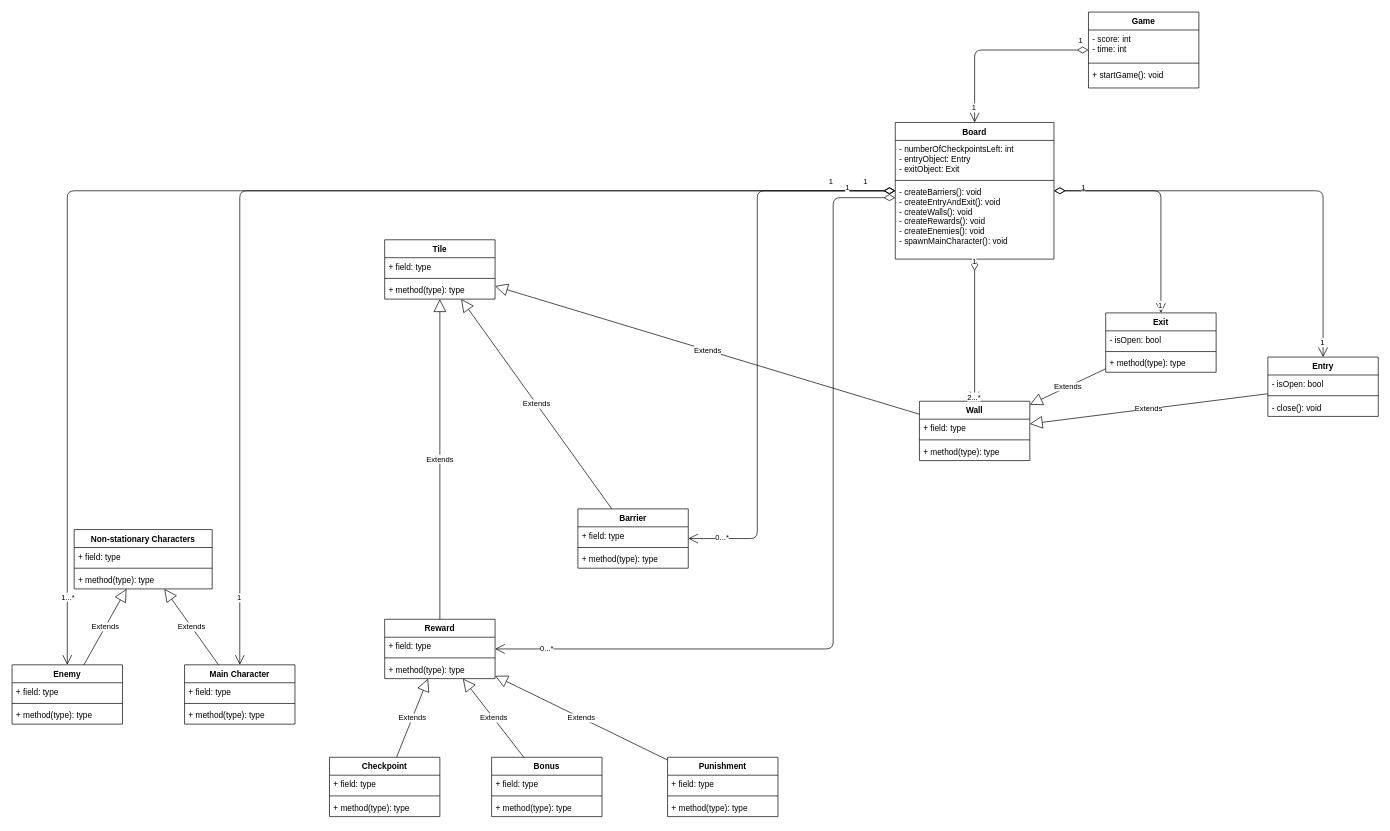
brendansaw/CMPT-276-Escape-From-Corona keeps this draw.io diagram as Design/UML Class Diagram.drawio. Above is the earlier version. Source tidied: cells renumbered, new cells numbered last; positions are measured from the earlier drawing's top-left corner, leaving out a move shared by most shapes. Both pictures are drawn from the tidied source at 69%, with x=0, y=0 at pixel (12, 12).
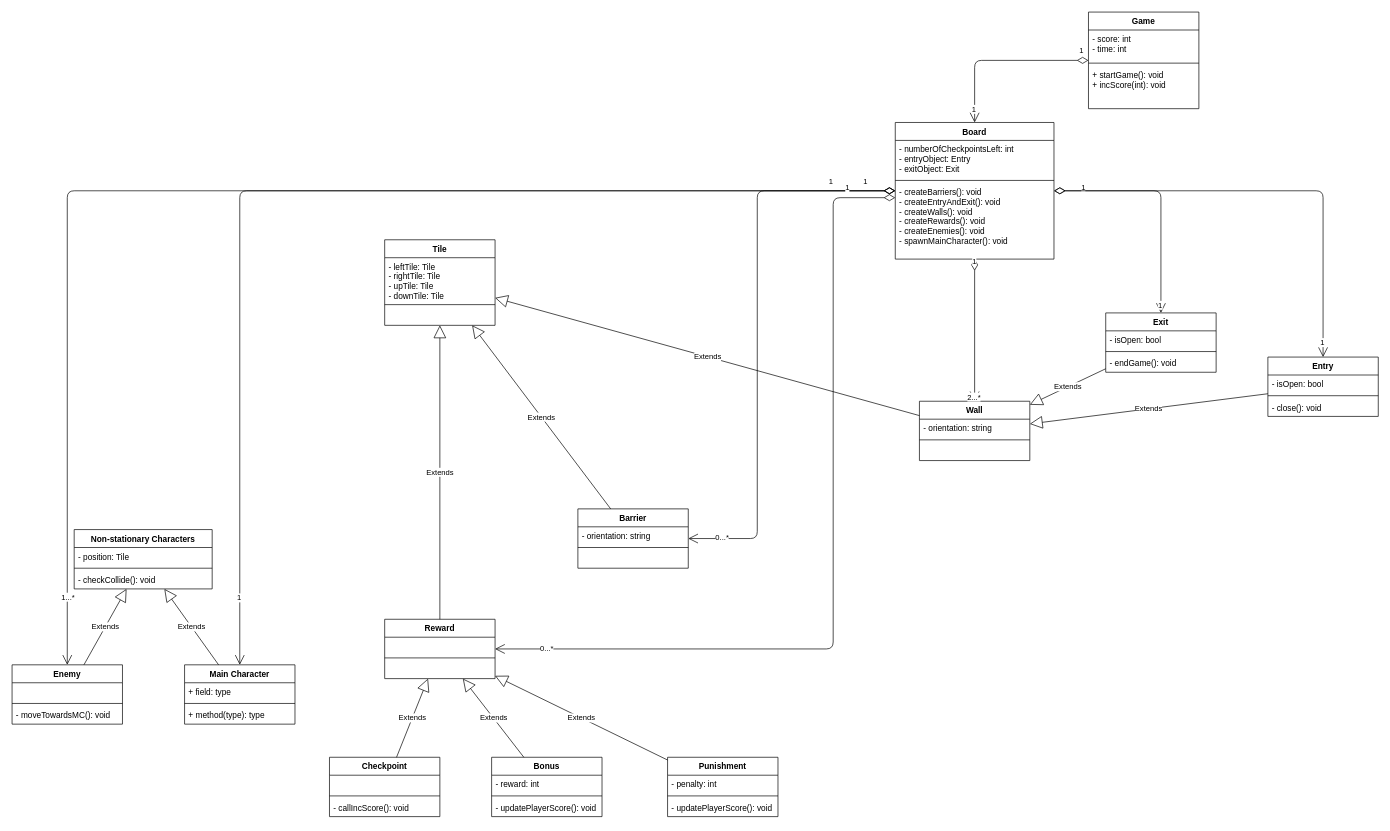
After the change.

Unchanged cells that the change refers to:
```xml
<mxCell id="16" value="Barrier" style="swimlane;fontStyle=1;align=center;verticalAlign=top;horizontal=1;startSize=26;" parent="1" vertex="1">
  <mxGeometry x="820" y="720" width="160" height="86" as="geometry" />
</mxCell>
<mxCell id="20" value="Wall" style="swimlane;fontStyle=1;align=center;verticalAlign=top;horizontal=1;startSize=26;" parent="1" vertex="1">
  <mxGeometry x="1315" y="564" width="160" height="86" as="geometry" />
</mxCell>
<mxCell id="28" value="Exit" style="swimlane;fontStyle=1;align=center;verticalAlign=top;horizontal=1;startSize=26;" parent="1" vertex="1">
  <mxGeometry x="1585" y="436" width="160" height="86" as="geometry" />
</mxCell>
<mxCell id="44" value="Reward" style="swimlane;fontStyle=1;align=center;verticalAlign=top;horizontal=1;startSize=26;" parent="1" vertex="1">
  <mxGeometry x="540" y="880" width="160" height="86" as="geometry" />
</mxCell>
<mxCell id="48" value="Bonus" style="swimlane;fontStyle=1;align=center;verticalAlign=top;horizontal=1;startSize=26;" parent="1" vertex="1">
  <mxGeometry x="695" y="1080" width="160" height="86" as="geometry" />
</mxCell>
<mxCell id="52" value="Punishment" style="swimlane;fontStyle=1;align=center;verticalAlign=top;horizontal=1;startSize=26;" parent="1" vertex="1">
  <mxGeometry x="950" y="1080" width="160" height="86" as="geometry" />
</mxCell>
<mxCell id="56" value="Checkpoint" style="swimlane;fontStyle=1;align=center;verticalAlign=top;horizontal=1;startSize=26;" parent="1" vertex="1">
  <mxGeometry x="460" y="1080" width="160" height="86" as="geometry" />
</mxCell>
<mxCell id="60" value="Non-stationary Characters" style="swimlane;fontStyle=1;align=center;verticalAlign=top;horizontal=1;startSize=26;" parent="1" vertex="1">
  <mxGeometry x="90" y="750" width="200" height="86" as="geometry" />
</mxCell>
<mxCell id="64" value="Enemy" style="swimlane;fontStyle=1;align=center;verticalAlign=top;horizontal=1;startSize=26;" parent="1" vertex="1">
  <mxGeometry y="946" width="160" height="86" as="geometry" />
</mxCell>
```

Diff of the diagram source:
```diff
@@
     <mxCell id="6" value="Game" style="swimlane;fontStyle=1;align=center;verticalAlign=top;horizontal=1;startSize=26;" parent="1" vertex="1">
-      <mxGeometry x="1560" width="160" height="110" as="geometry" />
+      <mxGeometry x="1560" width="160" height="140" as="geometry" />
     </mxCell>
@@
-    <mxCell id="9" value="+ startGame(): void" style="text;strokeColor=none;fillColor=none;align=left;verticalAlign=top;spacingLeft=4;spacingRight=4;overflow=hidden;" parent="6" vertex="1">
-      <mxGeometry y="78" width="160" height="32" as="geometry" />
+    <mxCell id="9" value="+ startGame(): void&#10;+ incScore(int): void" style="text;strokeColor=none;fillColor=none;align=left;verticalAlign=top;spacingLeft=4;spacingRight=4;overflow=hidden;" parent="6" vertex="1">
+      <mxGeometry y="78" width="160" height="62" as="geometry" />
     </mxCell>
@@
     <mxCell id="12" value="Tile" style="swimlane;fontStyle=1;align=center;verticalAlign=top;horizontal=1;startSize=26;" parent="1" vertex="1">
-      <mxGeometry x="540" y="330" width="160" height="86" as="geometry" />
+      <mxGeometry x="540" y="330" width="160" height="124" as="geometry" />
     </mxCell>
-    <mxCell id="13" value="+ field: type" style="text;strokeColor=none;fillColor=none;align=left;verticalAlign=top;spacingLeft=4;spacingRight=4;overflow=hidden;" parent="12" vertex="1">
-      <mxGeometry y="26" width="160" height="26" as="geometry" />
+    <mxCell id="13" value="- leftTile: Tile&#10;- rightTile: Tile&#10;- upTile: Tile&#10;- downTile: Tile" style="text;strokeColor=none;fillColor=none;align=left;verticalAlign=top;spacingLeft=4;spacingRight=4;overflow=hidden;" parent="12" vertex="1">
+      <mxGeometry y="26" width="160" height="64" as="geometry" />
     </mxCell>
     <mxCell id="14" style="line;strokeWidth=1;fillColor=none;align=left;verticalAlign=middle;spacingTop=-1;spacingLeft=3;spacingRight=3;labelPosition=right;" parent="12" vertex="1">
-      <mxGeometry y="52" width="160" height="8" as="geometry" />
+      <mxGeometry y="90" width="160" height="8" as="geometry" />
     </mxCell>
-    <mxCell id="15" value="+ method(type): type" style="text;strokeColor=none;fillColor=none;align=left;verticalAlign=top;spacingLeft=4;spacingRight=4;overflow=hidden;" parent="12" vertex="1">
-      <mxGeometry y="60" width="160" height="26" as="geometry" />
+    <mxCell id="15" value=" " style="text;strokeColor=none;fillColor=none;align=left;verticalAlign=top;spacingLeft=4;spacingRight=4;overflow=hidden;" parent="12" vertex="1">
+      <mxGeometry y="98" width="160" height="26" as="geometry" />
     </mxCell>
@@
-    <mxCell id="17" value="+ field: type" style="text;strokeColor=none;fillColor=none;align=left;verticalAlign=top;spacingLeft=4;spacingRight=4;overflow=hidden;" parent="16" vertex="1">
+    <mxCell id="17" value="- orientation: string" style="text;strokeColor=none;fillColor=none;align=left;verticalAlign=top;spacingLeft=4;spacingRight=4;overflow=hidden;" parent="16" vertex="1">
       <mxGeometry y="26" width="160" height="26" as="geometry" />
     </mxCell>
@@
-    <mxCell id="19" value="+ method(type): type" style="text;strokeColor=none;fillColor=none;align=left;verticalAlign=top;spacingLeft=4;spacingRight=4;overflow=hidden;" parent="16" vertex="1">
+    <mxCell id="19" value=" " style="text;strokeColor=none;fillColor=none;align=left;verticalAlign=top;spacingLeft=4;spacingRight=4;overflow=hidden;" parent="16" vertex="1">
       <mxGeometry y="60" width="160" height="26" as="geometry" />
     </mxCell>
@@
-    <mxCell id="21" value="+ field: type" style="text;strokeColor=none;fillColor=none;align=left;verticalAlign=top;spacingLeft=4;spacingRight=4;overflow=hidden;" parent="20" vertex="1">
+    <mxCell id="21" value="- orientation: string" style="text;strokeColor=none;fillColor=none;align=left;verticalAlign=top;spacingLeft=4;spacingRight=4;overflow=hidden;" parent="20" vertex="1">
       <mxGeometry y="26" width="160" height="26" as="geometry" />
     </mxCell>
@@
-    <mxCell id="23" value="+ method(type): type" style="text;strokeColor=none;fillColor=none;align=left;verticalAlign=top;spacingLeft=4;spacingRight=4;overflow=hidden;" parent="20" vertex="1">
+    <mxCell id="23" value=" " style="text;strokeColor=none;fillColor=none;align=left;verticalAlign=top;spacingLeft=4;spacingRight=4;overflow=hidden;" parent="20" vertex="1">
       <mxGeometry y="60" width="160" height="26" as="geometry" />
     </mxCell>
@@
-    <mxCell id="31" value="+ method(type): type" style="text;strokeColor=none;fillColor=none;align=left;verticalAlign=top;spacingLeft=4;spacingRight=4;overflow=hidden;" parent="28" vertex="1">
+    <mxCell id="31" value="- endGame(): void" style="text;strokeColor=none;fillColor=none;align=left;verticalAlign=top;spacingLeft=4;spacingRight=4;overflow=hidden;" parent="28" vertex="1">
       <mxGeometry y="60" width="160" height="26" as="geometry" />
     </mxCell>
@@
-    <mxCell id="45" value="+ field: type" style="text;strokeColor=none;fillColor=none;align=left;verticalAlign=top;spacingLeft=4;spacingRight=4;overflow=hidden;" parent="44" vertex="1">
+    <mxCell id="45" value=" " style="text;strokeColor=none;fillColor=none;align=left;verticalAlign=top;spacingLeft=4;spacingRight=4;overflow=hidden;" parent="44" vertex="1">
       <mxGeometry y="26" width="160" height="26" as="geometry" />
     </mxCell>
@@
-    <mxCell id="47" value="+ method(type): type" style="text;strokeColor=none;fillColor=none;align=left;verticalAlign=top;spacingLeft=4;spacingRight=4;overflow=hidden;" parent="44" vertex="1">
+    <mxCell id="47" value=" " style="text;strokeColor=none;fillColor=none;align=left;verticalAlign=top;spacingLeft=4;spacingRight=4;overflow=hidden;" parent="44" vertex="1">
       <mxGeometry y="60" width="160" height="26" as="geometry" />
     </mxCell>
@@
-    <mxCell id="49" value="+ field: type" style="text;strokeColor=none;fillColor=none;align=left;verticalAlign=top;spacingLeft=4;spacingRight=4;overflow=hidden;" parent="48" vertex="1">
+    <mxCell id="49" value="- reward: int" style="text;strokeColor=none;fillColor=none;align=left;verticalAlign=top;spacingLeft=4;spacingRight=4;overflow=hidden;" parent="48" vertex="1">
       <mxGeometry y="26" width="160" height="26" as="geometry" />
     </mxCell>
@@
-    <mxCell id="51" value="+ method(type): type" style="text;strokeColor=none;fillColor=none;align=left;verticalAlign=top;spacingLeft=4;spacingRight=4;overflow=hidden;" parent="48" vertex="1">
+    <mxCell id="51" value="- updatePlayerScore(): void" style="text;strokeColor=none;fillColor=none;align=left;verticalAlign=top;spacingLeft=4;spacingRight=4;overflow=hidden;" parent="48" vertex="1">
       <mxGeometry y="60" width="160" height="26" as="geometry" />
     </mxCell>
@@
-    <mxCell id="53" value="+ field: type" style="text;strokeColor=none;fillColor=none;align=left;verticalAlign=top;spacingLeft=4;spacingRight=4;overflow=hidden;" parent="52" vertex="1">
+    <mxCell id="53" value="- penalty: int" style="text;strokeColor=none;fillColor=none;align=left;verticalAlign=top;spacingLeft=4;spacingRight=4;overflow=hidden;" parent="52" vertex="1">
       <mxGeometry y="26" width="160" height="26" as="geometry" />
     </mxCell>
@@
-    <mxCell id="55" value="+ method(type): type" style="text;strokeColor=none;fillColor=none;align=left;verticalAlign=top;spacingLeft=4;spacingRight=4;overflow=hidden;" parent="52" vertex="1">
+    <mxCell id="55" value="- updatePlayerScore(): void" style="text;strokeColor=none;fillColor=none;align=left;verticalAlign=top;spacingLeft=4;spacingRight=4;overflow=hidden;" parent="52" vertex="1">
       <mxGeometry y="60" width="160" height="26" as="geometry" />
     </mxCell>
@@
-    <mxCell id="57" value="+ field: type" style="text;strokeColor=none;fillColor=none;align=left;verticalAlign=top;spacingLeft=4;spacingRight=4;overflow=hidden;" parent="56" vertex="1">
+    <mxCell id="57" value=" " style="text;strokeColor=none;fillColor=none;align=left;verticalAlign=top;spacingLeft=4;spacingRight=4;overflow=hidden;" parent="56" vertex="1">
       <mxGeometry y="26" width="160" height="26" as="geometry" />
     </mxCell>
@@
-    <mxCell id="59" value="+ method(type): type" style="text;strokeColor=none;fillColor=none;align=left;verticalAlign=top;spacingLeft=4;spacingRight=4;overflow=hidden;" parent="56" vertex="1">
+    <mxCell id="59" value="- callIncScore(): void" style="text;strokeColor=none;fillColor=none;align=left;verticalAlign=top;spacingLeft=4;spacingRight=4;overflow=hidden;" parent="56" vertex="1">
       <mxGeometry y="60" width="160" height="26" as="geometry" />
     </mxCell>
@@
-    <mxCell id="61" value="+ field: type" style="text;strokeColor=none;fillColor=none;align=left;verticalAlign=top;spacingLeft=4;spacingRight=4;overflow=hidden;" parent="60" vertex="1">
+    <mxCell id="61" value="- position: Tile" style="text;strokeColor=none;fillColor=none;align=left;verticalAlign=top;spacingLeft=4;spacingRight=4;overflow=hidden;" parent="60" vertex="1">
       <mxGeometry y="26" width="200" height="26" as="geometry" />
     </mxCell>
@@
-    <mxCell id="63" value="+ method(type): type" style="text;strokeColor=none;fillColor=none;align=left;verticalAlign=top;spacingLeft=4;spacingRight=4;overflow=hidden;" parent="60" vertex="1">
+    <mxCell id="63" value="- checkCollide(): void" style="text;strokeColor=none;fillColor=none;align=left;verticalAlign=top;spacingLeft=4;spacingRight=4;overflow=hidden;" parent="60" vertex="1">
       <mxGeometry y="60" width="200" height="26" as="geometry" />
     </mxCell>
@@
-    <mxCell id="65" value="+ field: type" style="text;strokeColor=none;fillColor=none;align=left;verticalAlign=top;spacingLeft=4;spacingRight=4;overflow=hidden;" parent="64" vertex="1">
+    <mxCell id="65" value=" " style="text;strokeColor=none;fillColor=none;align=left;verticalAlign=top;spacingLeft=4;spacingRight=4;overflow=hidden;" parent="64" vertex="1">
       <mxGeometry y="26" width="160" height="26" as="geometry" />
     </mxCell>
@@
-    <mxCell id="67" value="+ method(type): type" style="text;strokeColor=none;fillColor=none;align=left;verticalAlign=top;spacingLeft=4;spacingRight=4;overflow=hidden;" parent="64" vertex="1">
+    <mxCell id="67" value="- moveTowardsMC(): void" style="text;strokeColor=none;fillColor=none;align=left;verticalAlign=top;spacingLeft=4;spacingRight=4;overflow=hidden;" parent="64" vertex="1">
       <mxGeometry y="60" width="160" height="26" as="geometry" />
     </mxCell>
```
